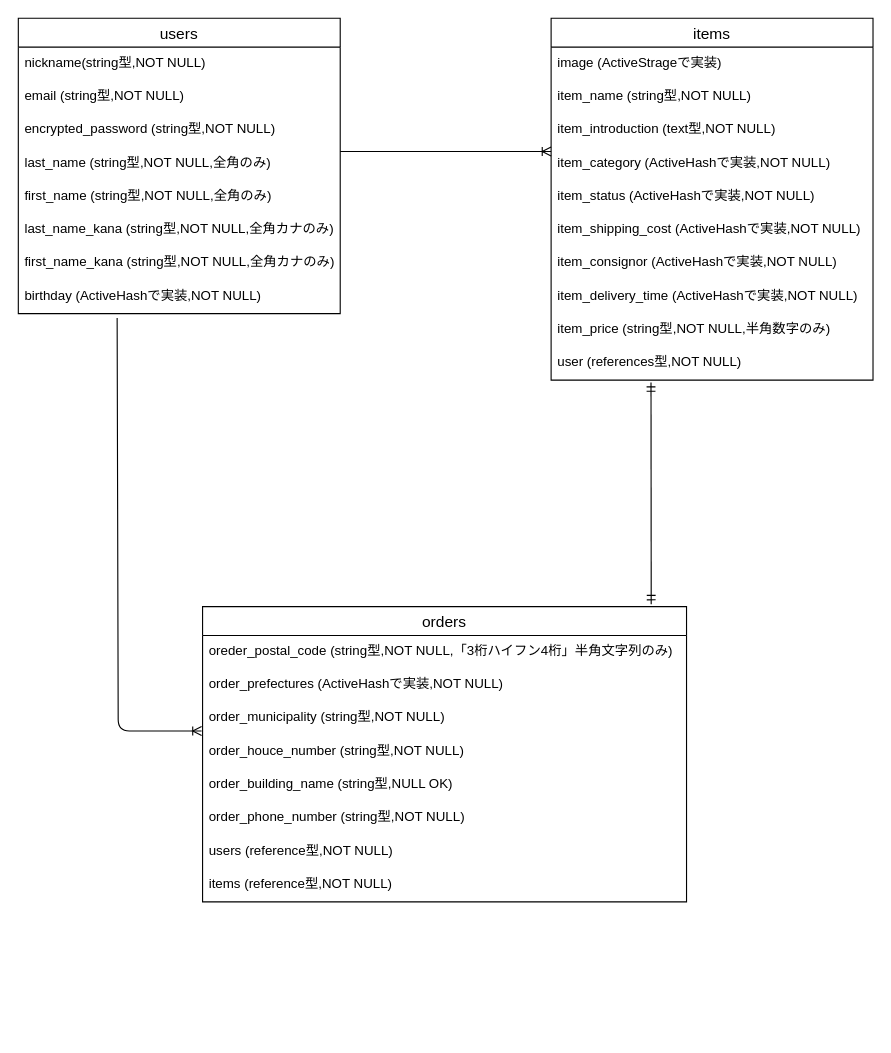
sekikazuya/furima-36569 keeps this draw.io diagram as furima-ER.dio. Above is the earlier version. Source tidied: cells renumbered, new cells numbered last; positions are measured from the earlier drawing's top-left corner, leaving out a move shared by most shapes. Both pictures are drawn from the tidied source at 111%, with x=0, y=0 at pixel (18, 18).
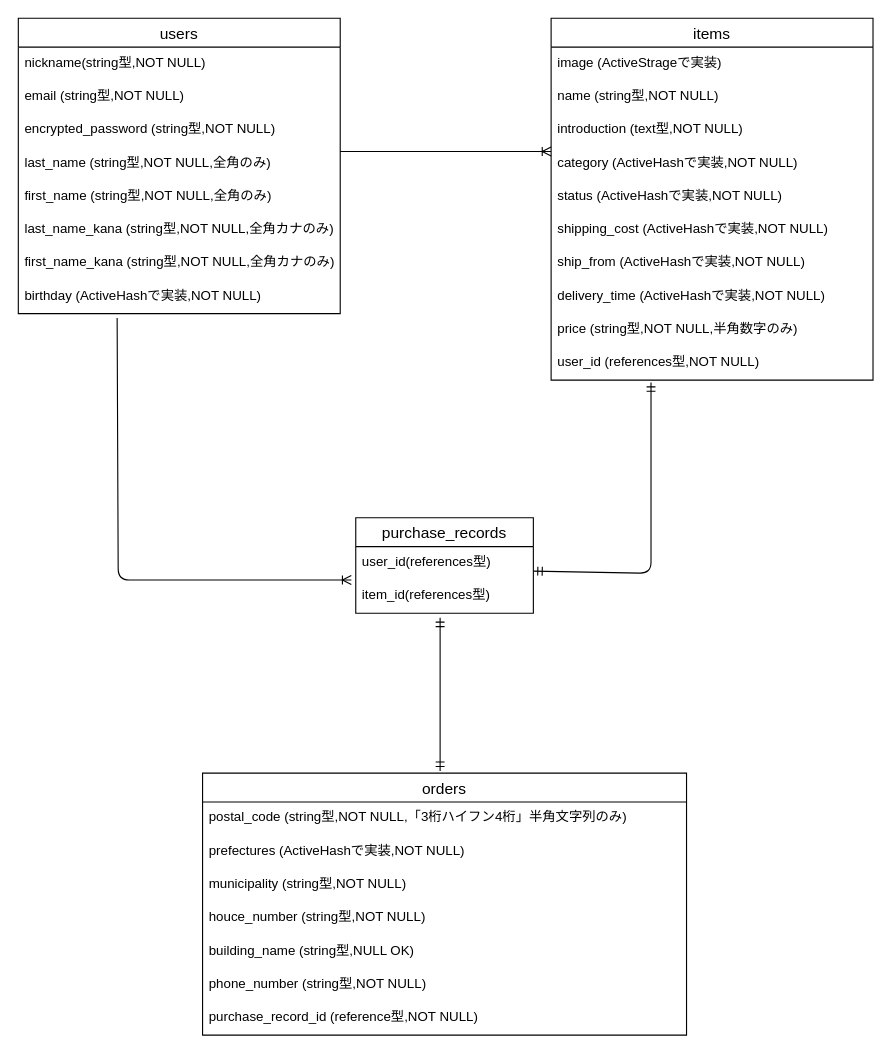
The same page after the edit.

The change refers to these unchanged cells:
```xml
<mxCell id="10" value="birthday (ActiveHashで実装,NOT NULL)" style="text;strokeColor=none;fillColor=none;spacingLeft=4;spacingRight=4;overflow=hidden;points=[[0,0.5],[1,0.5]];portConstraint=eastwest;fontSize=12;" parent="2" vertex="1">
  <mxGeometry y="236" width="290" height="30" as="geometry" />
</mxCell>
<mxCell id="11" value="items" style="swimlane;fontStyle=0;horizontal=1;startSize=26;align=center;fontSize=14;" parent="1" vertex="1">
  <mxGeometry x="480" width="290" height="326" as="geometry" />
</mxCell>
```

What changed in the source:
```diff
@@
-    <mxCell id="13" value="item_name (string型,NOT NULL)" style="text;strokeColor=none;fillColor=none;spacingLeft=4;spacingRight=4;overflow=hidden;fontSize=12;" parent="11" vertex="1">
+    <mxCell id="13" value="name (string型,NOT NULL)" style="text;strokeColor=none;fillColor=none;spacingLeft=4;spacingRight=4;overflow=hidden;fontSize=12;" parent="11" vertex="1">
       <mxGeometry y="56" width="290" height="30" as="geometry" />
     </mxCell>
-    <mxCell id="14" value="item_introduction (text型,NOT NULL)" style="text;strokeColor=none;fillColor=none;spacingLeft=4;spacingRight=4;overflow=hidden;fontSize=12;" parent="11" vertex="1">
+    <mxCell id="14" value="introduction (text型,NOT NULL)" style="text;strokeColor=none;fillColor=none;spacingLeft=4;spacingRight=4;overflow=hidden;fontSize=12;" parent="11" vertex="1">
       <mxGeometry y="86" width="290" height="30" as="geometry" />
     </mxCell>
-    <mxCell id="15" value="item_category (ActiveHashで実装,NOT NULL)" style="text;strokeColor=none;fillColor=none;spacingLeft=4;spacingRight=4;overflow=hidden;points=[[0,0.5],[1,0.5]];portConstraint=eastwest;fontSize=12;" parent="11" vertex="1">
+    <mxCell id="15" value="category (ActiveHashで実装,NOT NULL)" style="text;strokeColor=none;fillColor=none;spacingLeft=4;spacingRight=4;overflow=hidden;points=[[0,0.5],[1,0.5]];portConstraint=eastwest;fontSize=12;" parent="11" vertex="1">
       <mxGeometry y="116" width="290" height="30" as="geometry" />
     </mxCell>
-    <mxCell id="16" value="item_status (ActiveHashで実装,NOT NULL)" style="text;strokeColor=none;fillColor=none;spacingLeft=4;spacingRight=4;overflow=hidden;fontSize=12;" parent="11" vertex="1">
+    <mxCell id="16" value="status (ActiveHashで実装,NOT NULL)" style="text;strokeColor=none;fillColor=none;spacingLeft=4;spacingRight=4;overflow=hidden;fontSize=12;" parent="11" vertex="1">
       <mxGeometry y="146" width="290" height="30" as="geometry" />
     </mxCell>
-    <mxCell id="17" value="item_shipping_cost (ActiveHashで実装,NOT NULL)" style="text;strokeColor=none;fillColor=none;spacingLeft=4;spacingRight=4;overflow=hidden;fontSize=12;" parent="11" vertex="1">
+    <mxCell id="17" value="shipping_cost (ActiveHashで実装,NOT NULL)" style="text;strokeColor=none;fillColor=none;spacingLeft=4;spacingRight=4;overflow=hidden;fontSize=12;" parent="11" vertex="1">
       <mxGeometry y="176" width="290" height="30" as="geometry" />
     </mxCell>
-    <mxCell id="18" value="item_consignor (ActiveHashで実装,NOT NULL)" style="text;strokeColor=none;fillColor=none;spacingLeft=4;spacingRight=4;overflow=hidden;fontSize=12;" parent="11" vertex="1">
+    <mxCell id="18" value="ship_from (ActiveHashで実装,NOT NULL)" style="text;strokeColor=none;fillColor=none;spacingLeft=4;spacingRight=4;overflow=hidden;fontSize=12;" parent="11" vertex="1">
       <mxGeometry y="206" width="290" height="30" as="geometry" />
     </mxCell>
-    <mxCell id="19" value="item_delivery_time (ActiveHashで実装,NOT NULL)" style="text;strokeColor=none;fillColor=none;spacingLeft=4;spacingRight=4;overflow=hidden;fontSize=12;" parent="11" vertex="1">
+    <mxCell id="19" value="delivery_time (ActiveHashで実装,NOT NULL)" style="text;strokeColor=none;fillColor=none;spacingLeft=4;spacingRight=4;overflow=hidden;fontSize=12;" parent="11" vertex="1">
       <mxGeometry y="236" width="290" height="30" as="geometry" />
     </mxCell>
-    <mxCell id="20" value="item_price (string型,NOT NULL,半角数字のみ)" style="text;strokeColor=none;fillColor=none;spacingLeft=4;spacingRight=4;overflow=hidden;fontSize=12;" parent="11" vertex="1">
+    <mxCell id="20" value="price (string型,NOT NULL,半角数字のみ)" style="text;strokeColor=none;fillColor=none;spacingLeft=4;spacingRight=4;overflow=hidden;fontSize=12;" parent="11" vertex="1">
       <mxGeometry y="266" width="290" height="30" as="geometry" />
     </mxCell>
-    <mxCell id="21" value="user (references型,NOT NULL)" style="text;strokeColor=none;fillColor=none;spacingLeft=4;spacingRight=4;overflow=hidden;fontSize=12;" parent="11" vertex="1">
+    <mxCell id="21" value="user_id (references型,NOT NULL)" style="text;strokeColor=none;fillColor=none;spacingLeft=4;spacingRight=4;overflow=hidden;fontSize=12;" parent="11" vertex="1">
       <mxGeometry y="296" width="290" height="30" as="geometry" />
     </mxCell>
     <mxCell id="22" value="orders" style="swimlane;fontStyle=0;horizontal=1;startSize=26;align=center;fontSize=14;" parent="1" vertex="1">
-      <mxGeometry x="166" y="530" width="436" height="266" as="geometry" />
+      <mxGeometry x="166" y="680" width="436" height="236" as="geometry" />
     </mxCell>
-    <mxCell id="23" value="oreder_postal_code (string型,NOT NULL,「3桁ハイフン4桁」半角文字列のみ)" style="text;strokeColor=none;fillColor=none;spacingLeft=4;spacingRight=4;overflow=hidden;fontSize=12;" parent="22" vertex="1">
+    <mxCell id="23" value="postal_code (string型,NOT NULL,「3桁ハイフン4桁」半角文字列のみ)" style="text;strokeColor=none;fillColor=none;spacingLeft=4;spacingRight=4;overflow=hidden;fontSize=12;" parent="22" vertex="1">
       <mxGeometry y="26" width="436" height="30" as="geometry" />
     </mxCell>
-    <mxCell id="24" value="order_prefectures (ActiveHashで実装,NOT NULL)" style="text;strokeColor=none;fillColor=none;spacingLeft=4;spacingRight=4;overflow=hidden;fontSize=12;" parent="22" vertex="1">
+    <mxCell id="24" value="prefectures (ActiveHashで実装,NOT NULL)" style="text;strokeColor=none;fillColor=none;spacingLeft=4;spacingRight=4;overflow=hidden;fontSize=12;" parent="22" vertex="1">
       <mxGeometry y="56" width="436" height="30" as="geometry" />
     </mxCell>
-    <mxCell id="25" value="order_municipality (string型,NOT NULL)" style="text;strokeColor=none;fillColor=none;spacingLeft=4;spacingRight=4;overflow=hidden;points=[[0,0.5],[1,0.5]];portConstraint=eastwest;fontSize=12;" parent="22" vertex="1">
+    <mxCell id="25" value="municipality (string型,NOT NULL)" style="text;strokeColor=none;fillColor=none;spacingLeft=4;spacingRight=4;overflow=hidden;points=[[0,0.5],[1,0.5]];portConstraint=eastwest;fontSize=12;" parent="22" vertex="1">
       <mxGeometry y="86" width="436" height="30" as="geometry" />
     </mxCell>
-    <mxCell id="26" value="order_houce_number (string型,NOT NULL)" style="text;strokeColor=none;fillColor=none;spacingLeft=4;spacingRight=4;overflow=hidden;fontSize=12;" parent="22" vertex="1">
+    <mxCell id="26" value="houce_number (string型,NOT NULL)" style="text;strokeColor=none;fillColor=none;spacingLeft=4;spacingRight=4;overflow=hidden;fontSize=12;" parent="22" vertex="1">
       <mxGeometry y="116" width="436" height="30" as="geometry" />
     </mxCell>
-    <mxCell id="27" value="order_building_name (string型,NULL OK)" style="text;strokeColor=none;fillColor=none;spacingLeft=4;spacingRight=4;overflow=hidden;fontSize=12;" parent="22" vertex="1">
+    <mxCell id="27" value="building_name (string型,NULL OK)" style="text;strokeColor=none;fillColor=none;spacingLeft=4;spacingRight=4;overflow=hidden;fontSize=12;" parent="22" vertex="1">
       <mxGeometry y="146" width="436" height="30" as="geometry" />
     </mxCell>
-    <mxCell id="28" value="order_phone_number (string型,NOT NULL)" style="text;strokeColor=none;fillColor=none;spacingLeft=4;spacingRight=4;overflow=hidden;fontSize=12;" parent="22" vertex="1">
+    <mxCell id="28" value="phone_number (string型,NOT NULL)" style="text;strokeColor=none;fillColor=none;spacingLeft=4;spacingRight=4;overflow=hidden;fontSize=12;" parent="22" vertex="1">
       <mxGeometry y="176" width="436" height="30" as="geometry" />
     </mxCell>
-    <mxCell id="29" value="users (reference型,NOT NULL)" style="text;strokeColor=none;fillColor=none;spacingLeft=4;spacingRight=4;overflow=hidden;fontSize=12;" parent="22" vertex="1">
+    <mxCell id="29" value="purchase_record_id (reference型,NOT NULL)" style="text;strokeColor=none;fillColor=none;spacingLeft=4;spacingRight=4;overflow=hidden;fontSize=12;" parent="22" vertex="1">
       <mxGeometry y="206" width="436" height="30" as="geometry" />
     </mxCell>
-    <mxCell id="30" value="items (reference型,NOT NULL)" style="text;strokeColor=none;fillColor=none;spacingLeft=4;spacingRight=4;overflow=hidden;fontSize=12;" parent="22" vertex="1">
-      <mxGeometry y="236" width="436" height="30" as="geometry" />
-    </mxCell>
@@
-    <mxCell id="32" style="fontSize=12;html=1;endArrow=ERoneToMany;entryX=-0.002;entryY=0.867;entryDx=0;entryDy=0;entryPerimeter=0;exitX=0.307;exitY=1.133;exitDx=0;exitDy=0;exitPerimeter=0;" parent="1" edge="1" source="10" target="25">
+    <mxCell id="32" style="fontSize=12;html=1;endArrow=ERoneToMany;entryX=-0.025;entryY=0;entryDx=0;entryDy=0;entryPerimeter=0;exitX=0.307;exitY=1.133;exitDx=0;exitDy=0;exitPerimeter=0;" parent="1" edge="1" source="10" target="36">
       <mxGeometry relative="1" as="geometry">
         <Array as="points">
-          <mxPoint x="90" y="642" />
+          <mxPoint x="90" y="506" />
         </Array>
       </mxGeometry>
     </mxCell>
-    <mxCell id="33" style="fontSize=12;html=1;endArrow=ERmandOne;startArrow=ERmandOne;exitX=0.927;exitY=-0.008;exitDx=0;exitDy=0;exitPerimeter=0;" parent="1" edge="1" source="22">
+    <mxCell id="33" style="fontSize=12;html=1;endArrow=ERmandOne;startArrow=ERmandOne;exitX=1;exitY=0.733;exitDx=0;exitDy=0;exitPerimeter=0;" parent="1" edge="1" source="35">
       <mxGeometry relative="1" as="geometry">
         <mxPoint x="570" y="328" as="targetPoint" />
+        <Array as="points">
+          <mxPoint x="570" y="500" />
+        </Array>
       </mxGeometry>
     </mxCell>
+    <mxCell id="34" value="purchase_records" style="swimlane;fontStyle=0;horizontal=1;startSize=26;align=center;fontSize=14;" parent="1" vertex="1">
+      <mxGeometry x="304" y="450" width="160" height="86" as="geometry" />
+    </mxCell>
+    <mxCell id="35" value="user_id(references型)" style="text;strokeColor=none;fillColor=none;spacingLeft=4;spacingRight=4;overflow=hidden;points=[[0,0.5],[1,0.5]];portConstraint=eastwest;fontSize=12;" parent="34" vertex="1">
+      <mxGeometry y="26" width="160" height="30" as="geometry" />
+    </mxCell>
+    <mxCell id="36" value="item_id(references型)" style="text;strokeColor=none;fillColor=none;spacingLeft=4;spacingRight=4;overflow=hidden;points=[[0,0.5],[1,0.5]];portConstraint=eastwest;fontSize=12;" parent="34" vertex="1">
+      <mxGeometry y="56" width="160" height="30" as="geometry" />
+    </mxCell>
+    <mxCell id="37" style="fontSize=12;html=1;endArrow=ERmandOne;startArrow=ERmandOne;" parent="1" edge="1">
+      <mxGeometry relative="1" as="geometry">
+        <mxPoint x="380" y="678" as="sourcePoint" />
+        <mxPoint x="380" y="540" as="targetPoint" />
+      </mxGeometry>
+    </mxCell>
```
